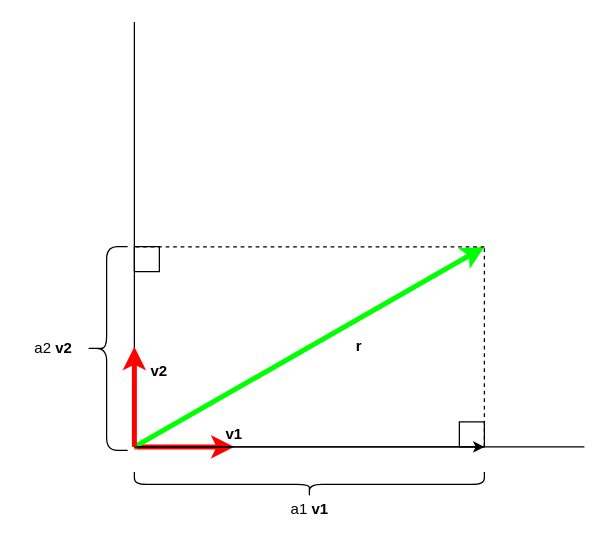
mpettis/linear-algebra-monograph keeps this draw.io diagram as images/parallelogram-decomposition.drawio. Above is the earlier version. Source tidied: cells renumbered, new cells numbered last; positions are measured from the earlier drawing's top-left corner, leaving out a move shared by most shapes. Both pictures are drawn from the tidied source at 125%, with x=0, y=0 at pixel (21, 21).
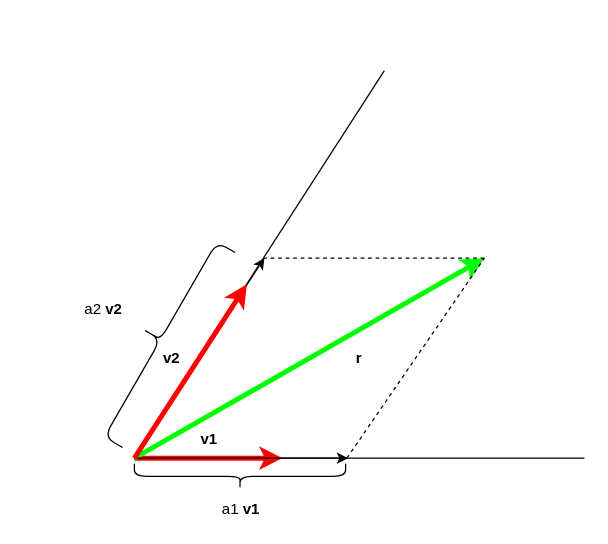
The same page after the edit.

Change to the diagram source:
```diff
@@
-    <mxCell id="2" style="rounded=0;whiteSpace=wrap;html=1;" parent="1" vertex="1">
-      <mxGeometry x="350" y="320" width="20" height="20" as="geometry" />
-    </mxCell>
-    <mxCell id="3" style="rounded=0;whiteSpace=wrap;html=1;rotation=-90;" parent="1" vertex="1">
-      <mxGeometry x="90" y="179.8" width="20" height="20" as="geometry" />
-    </mxCell>
+    <mxCell id="10" style="endArrow=classic;html=1;strokeColor=#000000;strokeWidth=1;" parent="1" edge="1">
+      <mxGeometry relative="1" as="geometry">
+        <mxPoint x="90" y="349" as="sourcePoint" />
+        <mxPoint x="261" y="349" as="targetPoint" />
+      </mxGeometry>
+    </mxCell>
+    <mxCell id="21" style="endArrow=classic;html=1;strokeColor=#000000;strokeWidth=1;" parent="1" edge="1">
+      <mxGeometry relative="1" as="geometry">
+        <mxPoint x="91" y="346" as="sourcePoint" />
+        <mxPoint x="194" y="189" as="targetPoint" />
+      </mxGeometry>
+    </mxCell>
-    <mxCell id="4" style="endArrow=classic;html=1;strokeWidth=4;strokeColor=#FF0000;" parent="1" edge="1">
+    <mxCell id="4" style="endArrow=classic;html=1;strokeWidth=4;strokeColor=#FF0000;entryX=0.75;entryY=1;entryDx=0;entryDy=0;" parent="1" edge="1">
       <mxGeometry relative="1" as="geometry">
-        <mxPoint x="90" y="340" as="sourcePoint" />
-        <mxPoint x="170" y="340" as="targetPoint" />
+        <mxPoint x="90" y="349" as="sourcePoint" />
+        <mxPoint x="208.6" y="349" as="targetPoint" />
       </mxGeometry>
     </mxCell>
     <mxCell id="5" style="endArrow=classic;html=1;strokeWidth=4;strokeColor=#00FF00;" parent="1" edge="1">
       <mxGeometry relative="1" as="geometry">
-        <mxPoint x="90" y="340" as="sourcePoint" />
-        <mxPoint x="370" y="180" as="targetPoint" />
+        <mxPoint x="90" y="349" as="sourcePoint" />
+        <mxPoint x="370" y="189" as="targetPoint" />
       </mxGeometry>
     </mxCell>
     <mxCell id="6" style="endArrow=none;html=1;strokeWidth=1;" parent="1" edge="1">
       <mxGeometry relative="1" as="geometry">
-        <mxPoint x="90" y="340" as="sourcePoint" />
-        <mxPoint x="450" y="340" as="targetPoint" />
+        <mxPoint x="90" y="349" as="sourcePoint" />
+        <mxPoint x="450" y="349" as="targetPoint" />
       </mxGeometry>
     </mxCell>
     <mxCell id="7" style="endArrow=none;html=1;strokeWidth=1;startArrow=none;" parent="1" edge="1">
       <mxGeometry relative="1" as="geometry">
-        <mxPoint x="90" y="340" as="sourcePoint" />
-        <mxPoint x="90" as="targetPoint" />
+        <mxPoint x="90" y="349" as="sourcePoint" />
+        <mxPoint x="290" y="39" as="targetPoint" />
       </mxGeometry>
     </mxCell>
     <mxCell id="8" style="endArrow=none;dashed=1;html=1;strokeColor=#000000;strokeWidth=1;" parent="1" edge="1">
       <mxGeometry relative="1" as="geometry">
-        <mxPoint x="370" y="340" as="sourcePoint" />
-        <mxPoint x="370" y="180" as="targetPoint" />
+        <mxPoint x="260" y="349" as="sourcePoint" />
+        <mxPoint x="370" y="189" as="targetPoint" />
       </mxGeometry>
     </mxCell>
     <mxCell id="9" style="endArrow=none;dashed=1;html=1;strokeColor=#000000;strokeWidth=1;" parent="1" edge="1">
       <mxGeometry relative="1" as="geometry">
-        <mxPoint x="370" y="180" as="sourcePoint" />
-        <mxPoint x="90" y="180" as="targetPoint" />
+        <mxPoint x="370" y="189" as="sourcePoint" />
+        <mxPoint x="190" y="189" as="targetPoint" />
       </mxGeometry>
     </mxCell>
-    <mxCell id="10" style="endArrow=classic;html=1;strokeColor=#000000;strokeWidth=1;" parent="1" edge="1">
-      <mxGeometry relative="1" as="geometry">
-        <mxPoint x="90" y="340" as="sourcePoint" />
-        <mxPoint x="370" y="340" as="targetPoint" />
-      </mxGeometry>
-    </mxCell>
     <mxCell id="11" value="&lt;b&gt;r&lt;/b&gt;" style="text;html=1;strokeColor=none;fillColor=none;align=center;verticalAlign=middle;whiteSpace=wrap;rounded=0;" parent="1" vertex="1">
-      <mxGeometry x="250" y="250" width="40" height="20" as="geometry" />
+      <mxGeometry x="250" y="259" width="40" height="20" as="geometry" />
     </mxCell>
     <mxCell id="12" style="shape=curlyBracket;whiteSpace=wrap;html=1;rounded=1;flipH=1;rotation=90;" parent="1" vertex="1">
-      <mxGeometry x="220" y="230" width="20" height="280" as="geometry" />
+      <mxGeometry x="164.5" y="279" width="20" height="169" as="geometry" />
     </mxCell>
     <mxCell id="13" value="a1 &lt;b&gt;v1&lt;/b&gt;" style="text;html=1;align=center;verticalAlign=middle;strokeColor=none;" parent="1" vertex="1">
-      <mxGeometry x="205" y="380" width="50" height="20" as="geometry" />
+      <mxGeometry x="149.5" y="380" width="50" height="20" as="geometry" />
     </mxCell>
-    <mxCell id="14" style="shape=curlyBracket;whiteSpace=wrap;html=1;rounded=1;flipH=1;rotation=-180;" parent="1" vertex="1">
-      <mxGeometry x="51" y="179.7" width="33.6" height="163" as="geometry" />
+    <mxCell id="14" style="shape=curlyBracket;whiteSpace=wrap;html=1;rounded=1;flipH=1;rotation=-150;" parent="1" vertex="1">
+      <mxGeometry x="94.2" y="164.1" width="33.6" height="180" as="geometry" />
     </mxCell>
     <mxCell id="15" value="a2&amp;nbsp;&lt;b&gt;v2&lt;/b&gt;" style="text;html=1;align=center;verticalAlign=middle;strokeColor=none;" parent="1" vertex="1">
-      <mxGeometry y="251.2" width="50" height="20" as="geometry" />
+      <mxGeometry x="40" y="220" width="50" height="20" as="geometry" />
     </mxCell>
-    <mxCell id="16" style="endArrow=none;html=1;strokeColor=#000000;strokeWidth=1;" parent="1" edge="1">
-      <mxGeometry relative="1" as="geometry">
-        <mxPoint x="90" y="340" as="sourcePoint" />
-        <mxPoint x="90" y="320" as="targetPoint" />
-      </mxGeometry>
-    </mxCell>
-    <mxCell id="17" style="endArrow=none;html=1;strokeWidth=1;" parent="1" edge="1">
-      <mxGeometry relative="1" as="geometry">
-        <mxPoint x="90" y="340" as="sourcePoint" />
-        <mxPoint x="90" y="320" as="targetPoint" />
-      </mxGeometry>
-    </mxCell>
     <mxCell id="18" style="endArrow=classic;html=1;strokeWidth=4;strokeColor=#FF0000;" parent="1" edge="1">
       <mxGeometry relative="1" as="geometry">
-        <mxPoint x="90" y="340" as="sourcePoint" />
-        <mxPoint x="90" y="260" as="targetPoint" />
+        <mxPoint x="90" y="349" as="sourcePoint" />
+        <mxPoint x="180" y="210" as="targetPoint" />
       </mxGeometry>
     </mxCell>
     <mxCell id="19" value="&lt;b&gt;v2&lt;/b&gt;" style="text;html=1;strokeColor=none;fillColor=none;align=center;verticalAlign=middle;whiteSpace=wrap;rounded=0;" parent="1" vertex="1">
-      <mxGeometry x="90" y="270" width="40" height="20" as="geometry" />
+      <mxGeometry x="100" y="259" width="40" height="20" as="geometry" />
     </mxCell>
     <mxCell id="20" value="&lt;b&gt;v1&lt;/b&gt;" style="text;html=1;strokeColor=none;fillColor=none;align=center;verticalAlign=middle;whiteSpace=wrap;rounded=0;" parent="1" vertex="1">
-      <mxGeometry x="150" y="320" width="40" height="20" as="geometry" />
+      <mxGeometry x="130" y="324.1" width="40" height="20" as="geometry" />
     </mxCell>
```
